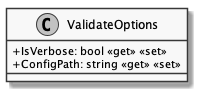
Before: documents/sd/resources/Classes/Core/CLI/ValidateOptions.png, a diagram exported from PlantUML (insightmind/MORR). The source it was exported from:
```plantuml
@startuml
skinparam monochrome true
skinparam classAttributeIconSize 0

class ValidateOptions {
    + IsVerbose: bool <<get>> <<set>>
    + ConfigPath: string <<get>> <<set>>
}

@enduml
```
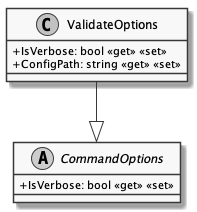
Above is the later version.

What changed in the source:
```diff
@@ -1,4 +1,4 @@
-@startuml
+@startuml ValidateOptions
 skinparam monochrome true
 skinparam classAttributeIconSize 0
 
@@ -7,4 +7,10 @@
     + ConfigPath: string <<get>> <<set>>
 }
 
+abstract class CommandOptions {
+    + IsVerbose: bool <<get>> <<set>>
+}
+
+ValidateOptions --|> CommandOptions
+
 @enduml
```
